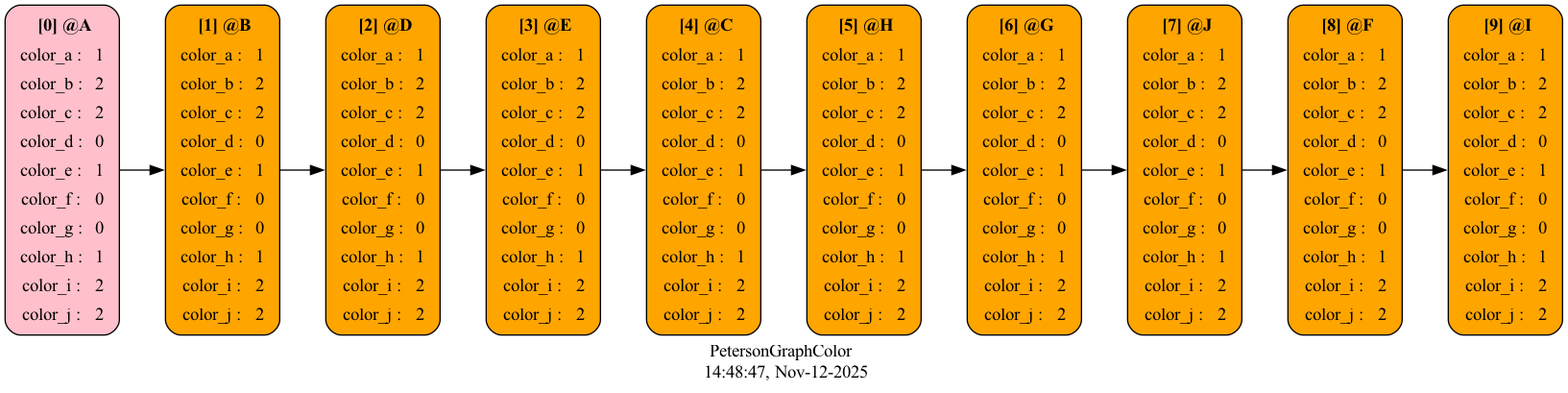
The Graphviz diagram Lab6/trace/petersen_color_template.png in SeamusMullan/CS357, before a commit. Its source is kept beside it as Lab6/trace/petersen_color_template.dot. The source it was exported from:
```dot
/*
* Dot trace for PetersonGraphColor
* [Time Stamp]:14:48:47, Nov-12-2025
* [Location]:/Users/seamusmullan/GitHub/CS357/Lab6/trace/petersen_color_template.dot
* [States]:10
* A B C D E F G H I J
* [Trans]:60
* [Start State]:A
* [Final State(s)]:
*A B C D E F G H I J
* [Trace Length]:10
*/




digraph G {



	 rankdir="LR"



label="PetersonGraphColor \n 14:48:47, Nov-12-2025"
labelloc=" b " ;
labeljust=" c ";
	n0 [color="black", style="rounded, filled" , fillcolor="pink" , shape="rect", label= <
 		 <table border='0' cellborder='0' style='rounded'>
			 <tr><td align="center" colspan="2" > <b>[0] @A</b></td></tr>
			 <tr><td align="center">color_a : </td><td>1</td></tr>
			 <tr><td align="center">color_b : </td><td>2</td></tr>
			 <tr><td align="center">color_c : </td><td>2</td></tr>
			 <tr><td align="center">color_d : </td><td>0</td></tr>
			 <tr><td align="center">color_e : </td><td>1</td></tr>
			 <tr><td align="center">color_f : </td><td>0</td></tr>
			 <tr><td align="center">color_g : </td><td>0</td></tr>
			 <tr><td align="center">color_h : </td><td>1</td></tr>
			 <tr><td align="center">color_i : </td><td>2</td></tr>
			 <tr><td align="center">color_j : </td><td>2</td></tr>
		 </table> > ]
	n1 [color="black", style="rounded, filled" , fillcolor="orange" , shape="rect", label= <
 		 <table border='0' cellborder='0' style='rounded'>
			 <tr><td align="center" colspan="2" > <b>[1] @B</b></td></tr>
			 <tr><td align="center">color_a : </td><td>1</td></tr>
			 <tr><td align="center">color_b : </td><td>2</td></tr>
			 <tr><td align="center">color_c : </td><td>2</td></tr>
			 <tr><td align="center">color_d : </td><td>0</td></tr>
			 <tr><td align="center">color_e : </td><td>1</td></tr>
			 <tr><td align="center">color_f : </td><td>0</td></tr>
			 <tr><td align="center">color_g : </td><td>0</td></tr>
			 <tr><td align="center">color_h : </td><td>1</td></tr>
			 <tr><td align="center">color_i : </td><td>2</td></tr>
			 <tr><td align="center">color_j : </td><td>2</td></tr>
		 </table> > ]
	n2 [color="black", style="rounded, filled" , fillcolor="orange" , shape="rect", label= <
 		 <table border='0' cellborder='0' style='rounded'>
			 <tr><td align="center" colspan="2" > <b>[2] @D</b></td></tr>
			 <tr><td align="center">color_a : </td><td>1</td></tr>
			 <tr><td align="center">color_b : </td><td>2</td></tr>
			 <tr><td align="center">color_c : </td><td>2</td></tr>
			 <tr><td align="center">color_d : </td><td>0</td></tr>
			 <tr><td align="center">color_e : </td><td>1</td></tr>
			 <tr><td align="center">color_f : </td><td>0</td></tr>
			 <tr><td align="center">color_g : </td><td>0</td></tr>
			 <tr><td align="center">color_h : </td><td>1</td></tr>
			 <tr><td align="center">color_i : </td><td>2</td></tr>
			 <tr><td align="center">color_j : </td><td>2</td></tr>
		 </table> > ]
	n3 [color="black", style="rounded, filled" , fillcolor="orange" , shape="rect", label= <
 		 <table border='0' cellborder='0' style='rounded'>
			 <tr><td align="center" colspan="2" > <b>[3] @E</b></td></tr>
			 <tr><td align="center">color_a : </td><td>1</td></tr>
			 <tr><td align="center">color_b : </td><td>2</td></tr>
			 <tr><td align="center">color_c : </td><td>2</td></tr>
			 <tr><td align="center">color_d : </td><td>0</td></tr>
			 <tr><td align="center">color_e : </td><td>1</td></tr>
			 <tr><td align="center">color_f : </td><td>0</td></tr>
			 <tr><td align="center">color_g : </td><td>0</td></tr>
			 <tr><td align="center">color_h : </td><td>1</td></tr>
			 <tr><td align="center">color_i : </td><td>2</td></tr>
			 <tr><td align="center">color_j : </td><td>2</td></tr>
		 </table> > ]
	n4 [color="black", style="rounded, filled" , fillcolor="orange" , shape="rect", label= <
 		 <table border='0' cellborder='0' style='rounded'>
			 <tr><td align="center" colspan="2" > <b>[4] @C</b></td></tr>
			 <tr><td align="center">color_a : </td><td>1</td></tr>
			 <tr><td align="center">color_b : </td><td>2</td></tr>
			 <tr><td align="center">color_c : </td><td>2</td></tr>
			 <tr><td align="center">color_d : </td><td>0</td></tr>
			 <tr><td align="center">color_e : </td><td>1</td></tr>
			 <tr><td align="center">color_f : </td><td>0</td></tr>
			 <tr><td align="center">color_g : </td><td>0</td></tr>
			 <tr><td align="center">color_h : </td><td>1</td></tr>
			 <tr><td align="center">color_i : </td><td>2</td></tr>
			 <tr><td align="center">color_j : </td><td>2</td></tr>
		 </table> > ]
	n5 [color="black", style="rounded, filled" , fillcolor="orange" , shape="rect", label= <
 		 <table border='0' cellborder='0' style='rounded'>
			 <tr><td align="center" colspan="2" > <b>[5] @H</b></td></tr>
			 <tr><td align="center">color_a : </td><td>1</td></tr>
			 <tr><td align="center">color_b : </td><td>2</td></tr>
			 <tr><td align="center">color_c : </td><td>2</td></tr>
			 <tr><td align="center">color_d : </td><td>0</td></tr>
			 <tr><td align="center">color_e : </td><td>1</td></tr>
			 <tr><td align="center">color_f : </td><td>0</td></tr>
			 <tr><td align="center">color_g : </td><td>0</td></tr>
			 <tr><td align="center">color_h : </td><td>1</td></tr>
			 <tr><td align="center">color_i : </td><td>2</td></tr>
			 <tr><td align="center">color_j : </td><td>2</td></tr>
		 </table> > ]
	n6 [color="black", style="rounded, filled" , fillcolor="orange" , shape="rect", label= <
 		 <table border='0' cellborder='0' style='rounded'>
			 <tr><td align="center" colspan="2" > <b>[6] @G</b></td></tr>
			 <tr><td align="center">color_a : </td><td>1</td></tr>
			 <tr><td align="center">color_b : </td><td>2</td></tr>
			 <tr><td align="center">color_c : </td><td>2</td></tr>
			 <tr><td align="center">color_d : </td><td>0</td></tr>
			 <tr><td align="center">color_e : </td><td>1</td></tr>
			 <tr><td align="center">color_f : </td><td>0</td></tr>
			 <tr><td align="center">color_g : </td><td>0</td></tr>
			 <tr><td align="center">color_h : </td><td>1</td></tr>
			 <tr><td align="center">color_i : </td><td>2</td></tr>
			 <tr><td align="center">color_j : </td><td>2</td></tr>
		 </table> > ]
	n7 [color="black", style="rounded, filled" , fillcolor="orange" , shape="rect", label= <
 		 <table border='0' cellborder='0' style='rounded'>
			 <tr><td align="center" colspan="2" > <b>[7] @J</b></td></tr>
			 <tr><td align="center">color_a : </td><td>1</td></tr>
			 <tr><td align="center">color_b : </td><td>2</td></tr>
			 <tr><td align="center">color_c : </td><td>2</td></tr>
			 <tr><td align="center">color_d : </td><td>0</td></tr>
			 <tr><td align="center">color_e : </td><td>1</td></tr>
			 <tr><td align="center">color_f : </td><td>0</td></tr>
			 <tr><td align="center">color_g : </td><td>0</td></tr>
			 <tr><td align="center">color_h : </td><td>1</td></tr>
			 <tr><td align="center">color_i : </td><td>2</td></tr>
			 <tr><td align="center">color_j : </td><td>2</td></tr>
		 </table> > ]
	n8 [color="black", style="rounded, filled" , fillcolor="orange" , shape="rect", label= <
 		 <table border='0' cellborder='0' style='rounded'>
			 <tr><td align="center" colspan="2" > <b>[8] @F</b></td></tr>
			 <tr><td align="center">color_a : </td><td>1</td></tr>
			 <tr><td align="center">color_b : </td><td>2</td></tr>
			 <tr><td align="center">color_c : </td><td>2</td></tr>
			 <tr><td align="center">color_d : </td><td>0</td></tr>
			 <tr><td align="center">color_e : </td><td>1</td></tr>
			 <tr><td align="center">color_f : </td><td>0</td></tr>
			 <tr><td align="center">color_g : </td><td>0</td></tr>
			 <tr><td align="center">color_h : </td><td>1</td></tr>
			 <tr><td align="center">color_i : </td><td>2</td></tr>
			 <tr><td align="center">color_j : </td><td>2</td></tr>
		 </table> > ]
	n9 [color="black", style="rounded, filled" , fillcolor="orange" , shape="rect", label= <
 		 <table border='0' cellborder='0' style='rounded'>
			 <tr><td align="center" colspan="2" > <b>[9] @I</b></td></tr>
			 <tr><td align="center">color_a : </td><td>1</td></tr>
			 <tr><td align="center">color_b : </td><td>2</td></tr>
			 <tr><td align="center">color_c : </td><td>2</td></tr>
			 <tr><td align="center">color_d : </td><td>0</td></tr>
			 <tr><td align="center">color_e : </td><td>1</td></tr>
			 <tr><td align="center">color_f : </td><td>0</td></tr>
			 <tr><td align="center">color_g : </td><td>0</td></tr>
			 <tr><td align="center">color_h : </td><td>1</td></tr>
			 <tr><td align="center">color_i : </td><td>2</td></tr>
			 <tr><td align="center">color_j : </td><td>2</td></tr>
		 </table> > ]




	n0->n1->n2->n3->n4->n5->n6->n7->n8->n9
 }
```
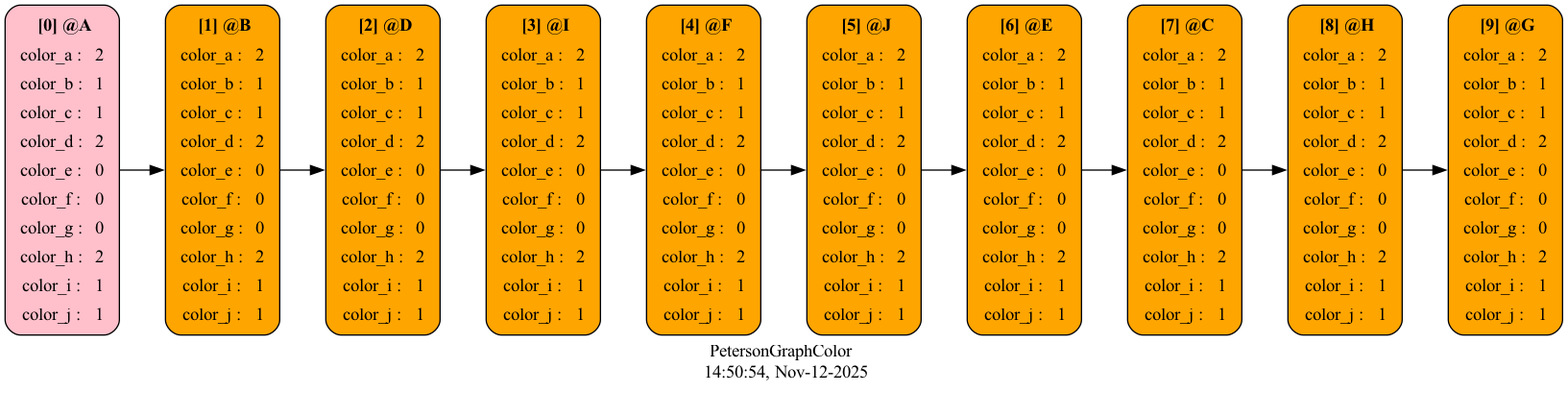
The same file after the commit.

What changed in the source:
```diff
@@ -1,6 +1,6 @@
 /*
 * Dot trace for PetersonGraphColor
-* [Time Stamp]:14:48:47, Nov-12-2025
+* [Time Stamp]:14:50:54, Nov-12-2025
 * [Location]:/Users/seamusmullan/GitHub/CS357/Lab6/trace/petersen_color_template.dot
 * [States]:10
 * A B C D E F G H I J
@@ -22,148 +22,148 @@
 
 
 
-label="PetersonGraphColor \n 14:48:47, Nov-12-2025"
+label="PetersonGraphColor \n 14:50:54, Nov-12-2025"
 labelloc=" b " ;
 labeljust=" c ";
 	n0 [color="black", style="rounded, filled" , fillcolor="pink" , shape="rect", label= <
  		 <table border='0' cellborder='0' style='rounded'>
 			 <tr><td align="center" colspan="2" > <b>[0] @A</b></td></tr>
-			 <tr><td align="center">color_a : </td><td>1</td></tr>
-			 <tr><td align="center">color_b : </td><td>2</td></tr>
-			 <tr><td align="center">color_c : </td><td>2</td></tr>
-			 <tr><td align="center">color_d : </td><td>0</td></tr>
-			 <tr><td align="center">color_e : </td><td>1</td></tr>
+			 <tr><td align="center">color_a : </td><td>2</td></tr>
+			 <tr><td align="center">color_b : </td><td>1</td></tr>
+			 <tr><td align="center">color_c : </td><td>1</td></tr>
+			 <tr><td align="center">color_d : </td><td>2</td></tr>
+			 <tr><td align="center">color_e : </td><td>0</td></tr>
 			 <tr><td align="center">color_f : </td><td>0</td></tr>
 			 <tr><td align="center">color_g : </td><td>0</td></tr>
-			 <tr><td align="center">color_h : </td><td>1</td></tr>
-			 <tr><td align="center">color_i : </td><td>2</td></tr>
-			 <tr><td align="center">color_j : </td><td>2</td></tr>
+			 <tr><td align="center">color_h : </td><td>2</td></tr>
+			 <tr><td align="center">color_i : </td><td>1</td></tr>
+			 <tr><td align="center">color_j : </td><td>1</td></tr>
 		 </table> > ]
 	n1 [color="black", style="rounded, filled" , fillcolor="orange" , shape="rect", label= <
  		 <table border='0' cellborder='0' style='rounded'>
 			 <tr><td align="center" colspan="2" > <b>[1] @B</b></td></tr>
-			 <tr><td align="center">color_a : </td><td>1</td></tr>
-			 <tr><td align="center">color_b : </td><td>2</td></tr>
-			 <tr><td align="center">color_c : </td><td>2</td></tr>
-			 <tr><td align="center">color_d : </td><td>0</td></tr>
-			 <tr><td align="center">color_e : </td><td>1</td></tr>
+			 <tr><td align="center">color_a : </td><td>2</td></tr>
+			 <tr><td align="center">color_b : </td><td>1</td></tr>
+			 <tr><td align="center">color_c : </td><td>1</td></tr>
+			 <tr><td align="center">color_d : </td><td>2</td></tr>
+			 <tr><td align="center">color_e : </td><td>0</td></tr>
 			 <tr><td align="center">color_f : </td><td>0</td></tr>
 			 <tr><td align="center">color_g : </td><td>0</td></tr>
-			 <tr><td align="center">color_h : </td><td>1</td></tr>
-			 <tr><td align="center">color_i : </td><td>2</td></tr>
-			 <tr><td align="center">color_j : </td><td>2</td></tr>
+			 <tr><td align="center">color_h : </td><td>2</td></tr>
+			 <tr><td align="center">color_i : </td><td>1</td></tr>
+			 <tr><td align="center">color_j : </td><td>1</td></tr>
 		 </table> > ]
 	n2 [color="black", style="rounded, filled" , fillcolor="orange" , shape="rect", label= <
  		 <table border='0' cellborder='0' style='rounded'>
 			 <tr><td align="center" colspan="2" > <b>[2] @D</b></td></tr>
-			 <tr><td align="center">color_a : </td><td>1</td></tr>
-			 <tr><td align="center">color_b : </td><td>2</td></tr>
-			 <tr><td align="center">color_c : </td><td>2</td></tr>
-			 <tr><td align="center">color_d : </td><td>0</td></tr>
-			 <tr><td align="center">color_e : </td><td>1</td></tr>
+			 <tr><td align="center">color_a : </td><td>2</td></tr>
+			 <tr><td align="center">color_b : </td><td>1</td></tr>
+			 <tr><td align="center">color_c : </td><td>1</td></tr>
+			 <tr><td align="center">color_d : </td><td>2</td></tr>
+			 <tr><td align="center">color_e : </td><td>0</td></tr>
 			 <tr><td align="center">color_f : </td><td>0</td></tr>
 			 <tr><td align="center">color_g : </td><td>0</td></tr>
-			 <tr><td align="center">color_h : </td><td>1</td></tr>
-			 <tr><td align="center">color_i : </td><td>2</td></tr>
-			 <tr><td align="center">color_j : </td><td>2</td></tr>
+			 <tr><td align="center">color_h : </td><td>2</td></tr>
+			 <tr><td align="center">color_i : </td><td>1</td></tr>
+			 <tr><td align="center">color_j : </td><td>1</td></tr>
 		 </table> > ]
 	n3 [color="black", style="rounded, filled" , fillcolor="orange" , shape="rect", label= <
  		 <table border='0' cellborder='0' style='rounded'>
-			 <tr><td align="center" colspan="2" > <b>[3] @E</b></td></tr>
-			 <tr><td align="center">color_a : </td><td>1</td></tr>
-			 <tr><td align="center">color_b : </td><td>2</td></tr>
-			 <tr><td align="center">color_c : </td><td>2</td></tr>
-			 <tr><td align="center">color_d : </td><td>0</td></tr>
-			 <tr><td align="center">color_e : </td><td>1</td></tr>
+			 <tr><td align="center" colspan="2" > <b>[3] @I</b></td></tr>
+			 <tr><td align="center">color_a : </td><td>2</td></tr>
+			 <tr><td align="center">color_b : </td><td>1</td></tr>
+			 <tr><td align="center">color_c : </td><td>1</td></tr>
+			 <tr><td align="center">color_d : </td><td>2</td></tr>
+			 <tr><td align="center">color_e : </td><td>0</td></tr>
 			 <tr><td align="center">color_f : </td><td>0</td></tr>
 			 <tr><td align="center">color_g : </td><td>0</td></tr>
-			 <tr><td align="center">color_h : </td><td>1</td></tr>
-			 <tr><td align="center">color_i : </td><td>2</td></tr>
-			 <tr><td align="center">color_j : </td><td>2</td></tr>
+			 <tr><td align="center">color_h : </td><td>2</td></tr>
+			 <tr><td align="center">color_i : </td><td>1</td></tr>
+			 <tr><td align="center">color_j : </td><td>1</td></tr>
 		 </table> > ]
 	n4 [color="black", style="rounded, filled" , fillcolor="orange" , shape="rect", label= <
  		 <table border='0' cellborder='0' style='rounded'>
-			 <tr><td align="center" colspan="2" > <b>[4] @C</b></td></tr>
-			 <tr><td align="center">color_a : </td><td>1</td></tr>
-			 <tr><td align="center">color_b : </td><td>2</td></tr>
-			 <tr><td align="center">color_c : </td><td>2</td></tr>
-			 <tr><td align="center">color_d : </td><td>0</td></tr>
-			 <tr><td align="center">color_e : </td><td>1</td></tr>
+			 <tr><td align="center" colspan="2" > <b>[4] @F</b></td></tr>
+			 <tr><td align="center">color_a : </td><td>2</td></tr>
+			 <tr><td align="center">color_b : </td><td>1</td></tr>
+			 <tr><td align="center">color_c : </td><td>1</td></tr>
+			 <tr><td align="center">color_d : </td><td>2</td></tr>
+			 <tr><td align="center">color_e : </td><td>0</td></tr>
 			 <tr><td align="center">color_f : </td><td>0</td></tr>
 			 <tr><td align="center">color_g : </td><td>0</td></tr>
-			 <tr><td align="center">color_h : </td><td>1</td></tr>
-			 <tr><td align="center">color_i : </td><td>2</td></tr>
-			 <tr><td align="center">color_j : </td><td>2</td></tr>
+			 <tr><td align="center">color_h : </td><td>2</td></tr>
+			 <tr><td align="center">color_i : </td><td>1</td></tr>
+			 <tr><td align="center">color_j : </td><td>1</td></tr>
 		 </table> > ]
 	n5 [color="black", style="rounded, filled" , fillcolor="orange" , shape="rect", label= <
  		 <table border='0' cellborder='0' style='rounded'>
-			 <tr><td align="center" colspan="2" > <b>[5] @H</b></td></tr>
-			 <tr><td align="center">color_a : </td><td>1</td></tr>
-			 <tr><td align="center">color_b : </td><td>2</td></tr>
-			 <tr><td align="center">color_c : </td><td>2</td></tr>
-			 <tr><td align="center">color_d : </td><td>0</td></tr>
-			 <tr><td align="center">color_e : </td><td>1</td></tr>
+			 <tr><td align="center" colspan="2" > <b>[5] @J</b></td></tr>
+			 <tr><td align="center">color_a : </td><td>2</td></tr>
+			 <tr><td align="center">color_b : </td><td>1</td></tr>
+			 <tr><td align="center">color_c : </td><td>1</td></tr>
+			 <tr><td align="center">color_d : </td><td>2</td></tr>
+			 <tr><td align="center">color_e : </td><td>0</td></tr>
 			 <tr><td align="center">color_f : </td><td>0</td></tr>
 			 <tr><td align="center">color_g : </td><td>0</td></tr>
-			 <tr><td align="center">color_h : </td><td>1</td></tr>
-			 <tr><td align="center">color_i : </td><td>2</td></tr>
-			 <tr><td align="center">color_j : </td><td>2</td></tr>
+			 <tr><td align="center">color_h : </td><td>2</td></tr>
+			 <tr><td align="center">color_i : </td><td>1</td></tr>
+			 <tr><td align="center">color_j : </td><td>1</td></tr>
 		 </table> > ]
 	n6 [color="black", style="rounded, filled" , fillcolor="orange" , shape="rect", label= <
  		 <table border='0' cellborder='0' style='rounded'>
-			 <tr><td align="center" colspan="2" > <b>[6] @G</b></td></tr>
-			 <tr><td align="center">color_a : </td><td>1</td></tr>
-			 <tr><td align="center">color_b : </td><td>2</td></tr>
-			 <tr><td align="center">color_c : </td><td>2</td></tr>
-			 <tr><td align="center">color_d : </td><td>0</td></tr>
-			 <tr><td align="center">color_e : </td><td>1</td></tr>
+			 <tr><td align="center" colspan="2" > <b>[6] @E</b></td></tr>
+			 <tr><td align="center">color_a : </td><td>2</td></tr>
+			 <tr><td align="center">color_b : </td><td>1</td></tr>
+			 <tr><td align="center">color_c : </td><td>1</td></tr>
+			 <tr><td align="center">color_d : </td><td>2</td></tr>
+			 <tr><td align="center">color_e : </td><td>0</td></tr>
 			 <tr><td align="center">color_f : </td><td>0</td></tr>
 			 <tr><td align="center">color_g : </td><td>0</td></tr>
-			 <tr><td align="center">color_h : </td><td>1</td></tr>
-			 <tr><td align="center">color_i : </td><td>2</td></tr>
-			 <tr><td align="center">color_j : </td><td>2</td></tr>
+			 <tr><td align="center">color_h : </td><td>2</td></tr>
+			 <tr><td align="center">color_i : </td><td>1</td></tr>
+			 <tr><td align="center">color_j : </td><td>1</td></tr>
 		 </table> > ]
 	n7 [color="black", style="rounded, filled" , fillcolor="orange" , shape="rect", label= <
  		 <table border='0' cellborder='0' style='rounded'>
-			 <tr><td align="center" colspan="2" > <b>[7] @J</b></td></tr>
-			 <tr><td align="center">color_a : </td><td>1</td></tr>
-			 <tr><td align="center">color_b : </td><td>2</td></tr>
-			 <tr><td align="center">color_c : </td><td>2</td></tr>
-			 <tr><td align="center">color_d : </td><td>0</td></tr>
-			 <tr><td align="center">color_e : </td><td>1</td></tr>
+			 <tr><td align="center" colspan="2" > <b>[7] @C</b></td></tr>
+			 <tr><td align="center">color_a : </td><td>2</td></tr>
+			 <tr><td align="center">color_b : </td><td>1</td></tr>
+			 <tr><td align="center">color_c : </td><td>1</td></tr>
+			 <tr><td align="center">color_d : </td><td>2</td></tr>
+			 <tr><td align="center">color_e : </td><td>0</td></tr>
 			 <tr><td align="center">color_f : </td><td>0</td></tr>
 			 <tr><td align="center">color_g : </td><td>0</td></tr>
-			 <tr><td align="center">color_h : </td><td>1</td></tr>
-			 <tr><td align="center">color_i : </td><td>2</td></tr>
-			 <tr><td align="center">color_j : </td><td>2</td></tr>
+			 <tr><td align="center">color_h : </td><td>2</td></tr>
+			 <tr><td align="center">color_i : </td><td>1</td></tr>
+			 <tr><td align="center">color_j : </td><td>1</td></tr>
 		 </table> > ]
 	n8 [color="black", style="rounded, filled" , fillcolor="orange" , shape="rect", label= <
  		 <table border='0' cellborder='0' style='rounded'>
-			 <tr><td align="center" colspan="2" > <b>[8] @F</b></td></tr>
-			 <tr><td align="center">color_a : </td><td>1</td></tr>
-			 <tr><td align="center">color_b : </td><td>2</td></tr>
-			 <tr><td align="center">color_c : </td><td>2</td></tr>
-			 <tr><td align="center">color_d : </td><td>0</td></tr>
-			 <tr><td align="center">color_e : </td><td>1</td></tr>
+			 <tr><td align="center" colspan="2" > <b>[8] @H</b></td></tr>
+			 <tr><td align="center">color_a : </td><td>2</td></tr>
+			 <tr><td align="center">color_b : </td><td>1</td></tr>
+			 <tr><td align="center">color_c : </td><td>1</td></tr>
+			 <tr><td align="center">color_d : </td><td>2</td></tr>
+			 <tr><td align="center">color_e : </td><td>0</td></tr>
 			 <tr><td align="center">color_f : </td><td>0</td></tr>
 			 <tr><td align="center">color_g : </td><td>0</td></tr>
-			 <tr><td align="center">color_h : </td><td>1</td></tr>
-			 <tr><td align="center">color_i : </td><td>2</td></tr>
-			 <tr><td align="center">color_j : </td><td>2</td></tr>
+			 <tr><td align="center">color_h : </td><td>2</td></tr>
+			 <tr><td align="center">color_i : </td><td>1</td></tr>
+			 <tr><td align="center">color_j : </td><td>1</td></tr>
 		 </table> > ]
 	n9 [color="black", style="rounded, filled" , fillcolor="orange" , shape="rect", label= <
  		 <table border='0' cellborder='0' style='rounded'>
-			 <tr><td align="center" colspan="2" > <b>[9] @I</b></td></tr>
-			 <tr><td align="center">color_a : </td><td>1</td></tr>
-			 <tr><td align="center">color_b : </td><td>2</td></tr>
-			 <tr><td align="center">color_c : </td><td>2</td></tr>
-			 <tr><td align="center">color_d : </td><td>0</td></tr>
-			 <tr><td align="center">color_e : </td><td>1</td></tr>
+			 <tr><td align="center" colspan="2" > <b>[9] @G</b></td></tr>
+			 <tr><td align="center">color_a : </td><td>2</td></tr>
+			 <tr><td align="center">color_b : </td><td>1</td></tr>
+			 <tr><td align="center">color_c : </td><td>1</td></tr>
+			 <tr><td align="center">color_d : </td><td>2</td></tr>
+			 <tr><td align="center">color_e : </td><td>0</td></tr>
 			 <tr><td align="center">color_f : </td><td>0</td></tr>
 			 <tr><td align="center">color_g : </td><td>0</td></tr>
-			 <tr><td align="center">color_h : </td><td>1</td></tr>
-			 <tr><td align="center">color_i : </td><td>2</td></tr>
-			 <tr><td align="center">color_j : </td><td>2</td></tr>
+			 <tr><td align="center">color_h : </td><td>2</td></tr>
+			 <tr><td align="center">color_i : </td><td>1</td></tr>
+			 <tr><td align="center">color_j : </td><td>1</td></tr>
 		 </table> > ]
 
 
```
